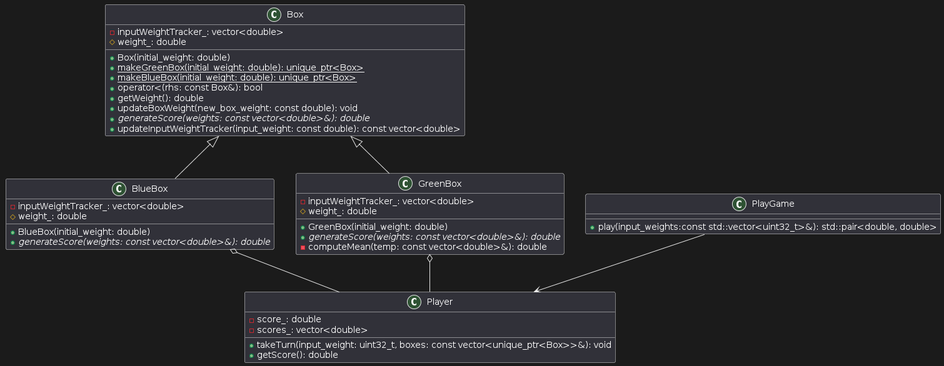
Before: classDiagram.png, a diagram exported from PlantUML (akuma517/BoxGame_Challenge). The source it was exported from:
```plantuml
@startuml
class Box {
  - inputWeightTracker_: vector<double>
  # weight_: double
  + Box(initial_weight: double)
  + {static} makeGreenBox(initial_weight: double): unique_ptr<Box>
  + {static} makeBlueBox(initial_weight: double): unique_ptr<Box>
  + operator<(rhs: const Box&): bool
  + getWeight(): double
  + updateBoxWeight(new_box_weight: const double): void
  + {abstract} generateScore(weights: const vector<double>&): double
  + updateInputWeightTracker(input_weight: const double): const vector<double>
}

class BlueBox {
  - inputWeightTracker_: vector<double>
  # weight_: double
  + BlueBox(initial_weight: double)
  + {abstract} generateScore(weights: const vector<double>&): double
}

class GreenBox {
  - inputWeightTracker_: vector<double>
  # weight_: double
  + GreenBox(initial_weight: double)
  + {abstract} generateScore(weights: const vector<double>&): double
  - computeMean(temp: const vector<double>&): double
}

Box <|-- GreenBox

Box <|-- BlueBox


class Player {
  - score_: double
  - scores_: vector<double>
  + takeTurn(input_weight: uint32_t, boxes: const vector<unique_ptr<Box>>&): void
  + getScore(): double
}

class PlayGame {
  + play(input_weights:const std::vector<uint32_t>&): std::pair<double, double>
}

GreenBox o-- Player
BlueBox o-- Player
PlayGame --> Player
@enduml
```
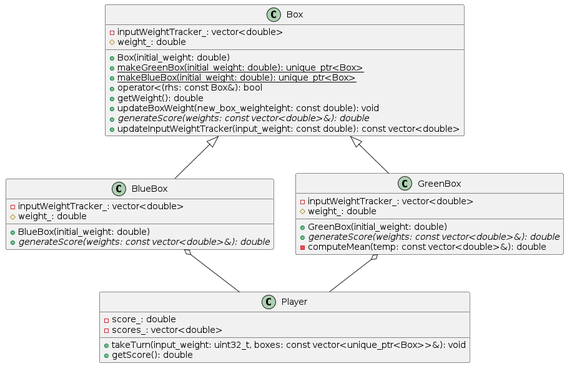
After the change.

Commit message:
Updated Class Diagram

The edit, as a diff of the source:
```diff
@@ -7,7 +7,7 @@
   + {static} makeBlueBox(initial_weight: double): unique_ptr<Box>
   + operator<(rhs: const Box&): bool
   + getWeight(): double
-  + updateBoxWeight(new_box_weight: const double): void
+  + updateBoxWeight(new_box_weighteight: const double): void
   + {abstract} generateScore(weights: const vector<double>&): double
   + updateInputWeightTracker(input_weight: const double): const vector<double>
 }
@@ -39,11 +39,7 @@
   + getScore(): double
 }
 
-class PlayGame {
-  + play(input_weights:const std::vector<uint32_t>&): std::pair<double, double>
-}
 
 GreenBox o-- Player
 BlueBox o-- Player
-PlayGame --> Player
 @enduml
```
